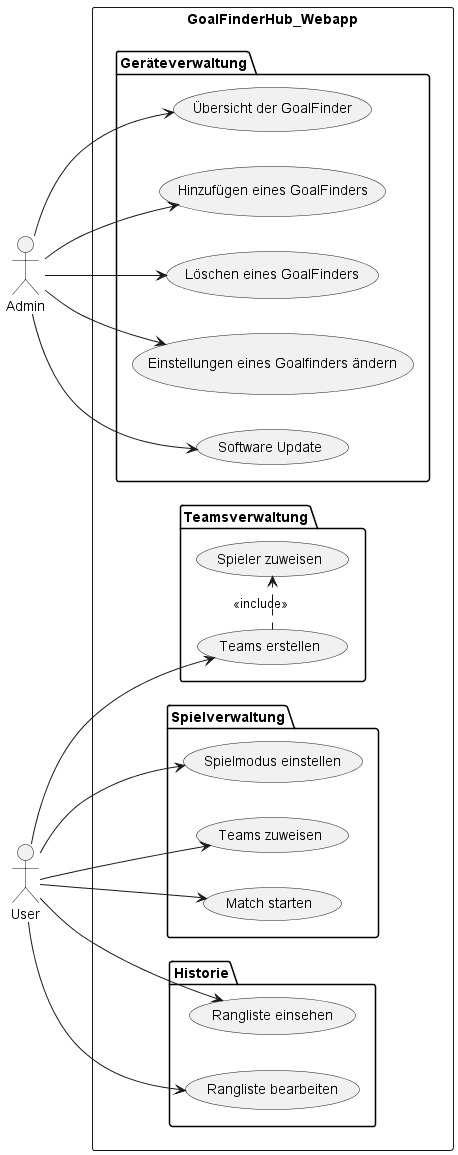
Earlier version of the PlantUML export img/UCD.png (2425-3BHIF-WMC-SYP/GoalFinderHub).
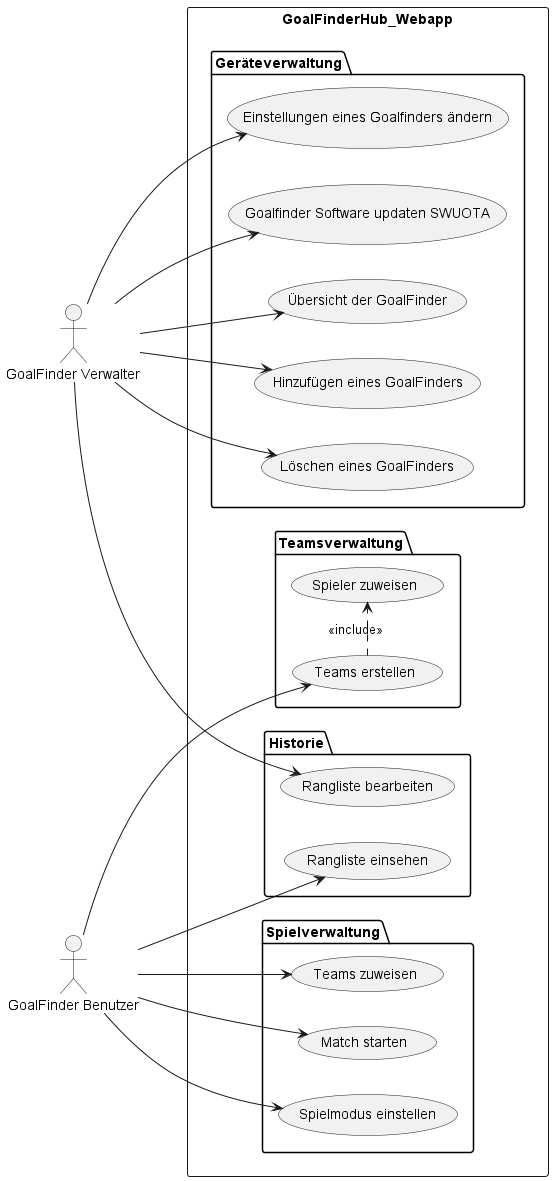
Later version of the same file.

Change to the diagram source:
```diff
@@ -7,35 +7,35 @@
         (Hinzufügen eines GoalFinders)
         (Löschen eines GoalFinders)
         (Einstellungen eines Goalfinders ändern)
-        (Software Update)
+        (Goalfinder Software updaten SWUOTA)
     }
     package "Spielverwaltung" {
         (Spielmodus einstellen)
         (Teams zuweisen)
         (Match starten)
     }
+    package "Historie" {
+        (Rangliste einsehen)
+        (Rangliste bearbeiten)
+    }
     package "Teamsverwaltung" {
         (Teams erstellen)
         (Spieler zuweisen)
     }
-    package "Historie" {
-        (Rangliste einsehen)
-        (Rangliste bearbeiten)
-    }
 }
 
-:Admin: --> (Übersicht der GoalFinder)
-:Admin: --> (Hinzufügen eines GoalFinders)
-:Admin: --> (Löschen eines GoalFinders)
-:Admin: --> (Einstellungen eines Goalfinders ändern)
-:Admin: --> (Software Update)
+:GoalFinder Verwalter: --> (Übersicht der GoalFinder)
+:GoalFinder Verwalter: --> (Hinzufügen eines GoalFinders)
+:GoalFinder Verwalter: --> (Löschen eines GoalFinders)
+:GoalFinder Verwalter: --> (Einstellungen eines Goalfinders ändern)
+:GoalFinder Verwalter: --> (Goalfinder Software updaten SWUOTA)
 
-:User: --> (Spielmodus einstellen)
-:User: --> (Teams erstellen)
-:User: --> (Teams zuweisen)
-:User: --> (Match starten)
-:User: --> (Rangliste einsehen)
-:User: --> (Rangliste bearbeiten)
+:GoalFinder Benutzer: --> (Spielmodus einstellen)
+:GoalFinder Benutzer: --> (Teams erstellen)
+:GoalFinder Benutzer: --> (Teams zuweisen)
+:GoalFinder Benutzer: --> (Match starten)
+:GoalFinder Benutzer: --> (Rangliste einsehen)
+:GoalFinder Verwalter: --> (Rangliste bearbeiten)
 
 
 (Teams erstellen) .> (Spieler zuweisen) : <<include>>
```
